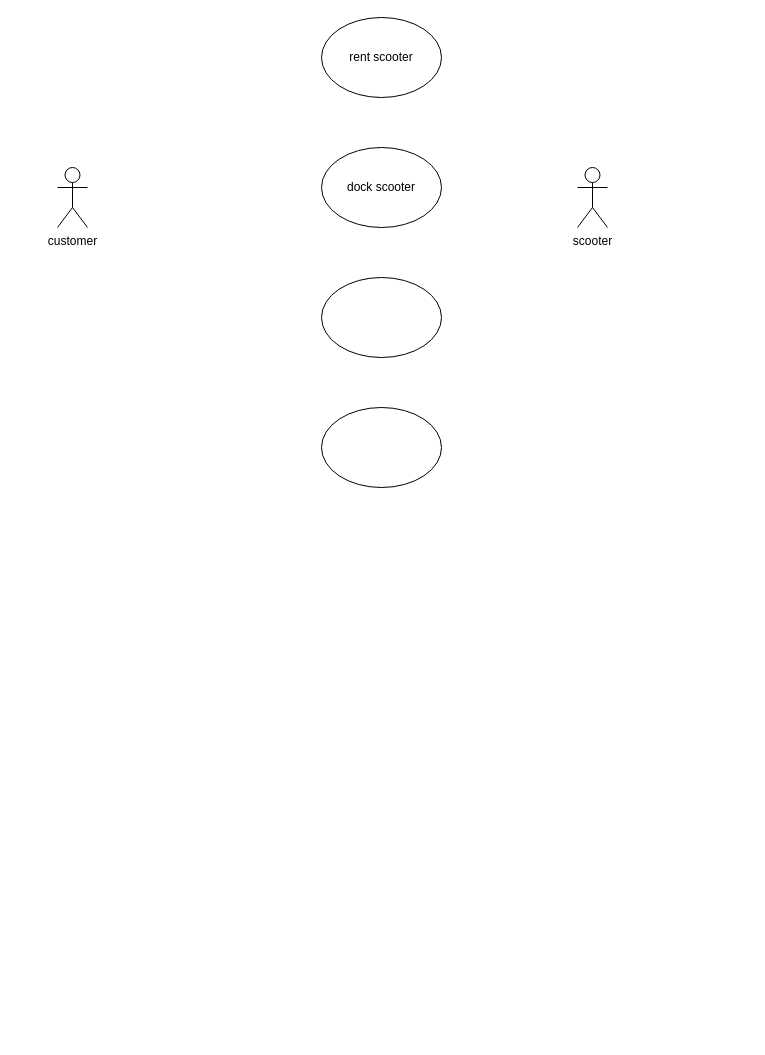
This is src/uml.drawio from soollyy/scooter-project, a draw.io file, before an edit. Source tidied: cells renumbered, new cells numbered last; positions are measured from the earlier drawing's top-left corner, leaving out a move shared by most shapes. Both pictures are drawn from the tidied source at 100%, with x=0, y=0 at pixel (57, 17).
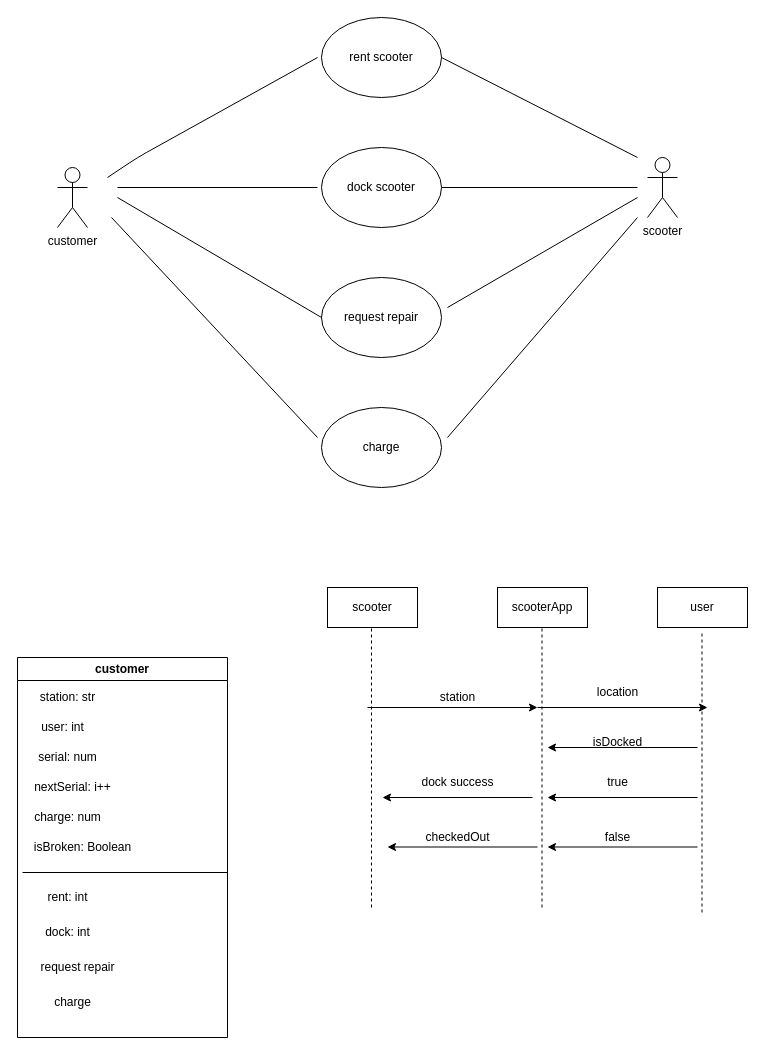
After the change.

Unchanged cells that the change refers to:
```xml
<mxCell id="5" value="dock scooter" style="ellipse;whiteSpace=wrap;html=1;" parent="1" vertex="1">
  <mxGeometry x="264" y="130" width="120" height="80" as="geometry" />
</mxCell>
```

The edit, as a diff of the source:
```diff
@@
     <mxCell id="3" value="scooter" style="shape=umlActor;verticalLabelPosition=bottom;verticalAlign=top;html=1;" parent="1" vertex="1">
-      <mxGeometry x="520" y="150" width="30" height="60" as="geometry" />
+      <mxGeometry x="590" y="140" width="30" height="60" as="geometry" />
     </mxCell>
@@
-    <mxCell id="6" style="ellipse;whiteSpace=wrap;html=1;" parent="1" vertex="1">
+    <mxCell id="6" value="request repair" style="ellipse;whiteSpace=wrap;html=1;" parent="1" vertex="1">
       <mxGeometry x="264" y="260" width="120" height="80" as="geometry" />
     </mxCell>
-    <mxCell id="7" style="ellipse;whiteSpace=wrap;html=1;" parent="1" vertex="1">
+    <mxCell id="7" value="charge" style="ellipse;whiteSpace=wrap;html=1;" parent="1" vertex="1">
       <mxGeometry x="264" y="390" width="120" height="80" as="geometry" />
     </mxCell>
+    <mxCell id="8" style="endArrow=none;html=1;" parent="1" edge="1">
+      <mxGeometry relative="1" as="geometry">
+        <mxPoint x="50" y="160" as="sourcePoint" />
+        <mxPoint x="260" y="40" as="targetPoint" />
+        <Array as="points">
+          <mxPoint x="80" y="140" />
+        </Array>
+      </mxGeometry>
+    </mxCell>
+    <mxCell id="9" style="endArrow=none;html=1;" parent="1" edge="1">
+      <mxGeometry relative="1" as="geometry">
+        <mxPoint x="60" y="170" as="sourcePoint" />
+        <mxPoint x="260" y="170" as="targetPoint" />
+      </mxGeometry>
+    </mxCell>
+    <mxCell id="10" style="endArrow=none;html=1;entryX=0;entryY=0.5;entryDx=0;entryDy=0;" parent="1" edge="1" target="6">
+      <mxGeometry relative="1" as="geometry">
+        <mxPoint x="60" y="180" as="sourcePoint" />
+      </mxGeometry>
+    </mxCell>
+    <mxCell id="11" style="endArrow=none;html=1;" parent="1" edge="1">
+      <mxGeometry relative="1" as="geometry">
+        <mxPoint x="54" y="200" as="sourcePoint" />
+        <mxPoint x="260" y="420" as="targetPoint" />
+      </mxGeometry>
+    </mxCell>
+    <mxCell id="12" style="endArrow=none;html=1;" parent="1" edge="1">
+      <mxGeometry relative="1" as="geometry">
+        <mxPoint x="384" y="40" as="sourcePoint" />
+        <mxPoint x="580" y="140" as="targetPoint" />
+      </mxGeometry>
+    </mxCell>
+    <mxCell id="13" style="endArrow=none;html=1;exitX=1;exitY=0.5;exitDx=0;exitDy=0;" parent="1" edge="1" source="5">
+      <mxGeometry relative="1" as="geometry">
+        <mxPoint x="580" y="170" as="targetPoint" />
+      </mxGeometry>
+    </mxCell>
+    <mxCell id="14" style="endArrow=none;html=1;" parent="1" edge="1">
+      <mxGeometry relative="1" as="geometry">
+        <mxPoint x="390" y="290" as="sourcePoint" />
+        <mxPoint x="580" y="180" as="targetPoint" />
+      </mxGeometry>
+    </mxCell>
+    <mxCell id="15" style="endArrow=none;html=1;" parent="1" edge="1">
+      <mxGeometry relative="1" as="geometry">
+        <mxPoint x="390" y="420" as="sourcePoint" />
+        <mxPoint x="580" y="200" as="targetPoint" />
+      </mxGeometry>
+    </mxCell>
+    <mxCell id="16" value="customer" style="swimlane;whiteSpace=wrap;html=1;" parent="1" vertex="1">
+      <mxGeometry x="-40" y="640" width="210" height="380" as="geometry" />
+    </mxCell>
+    <mxCell id="17" value="user: int" style="text;html=1;align=center;verticalAlign=middle;strokeColor=none;fillColor=none;" parent="16" vertex="1">
+      <mxGeometry x="10" y="55" width="70" height="30" as="geometry" />
+    </mxCell>
+    <mxCell id="18" value="serial: num" style="text;html=1;align=center;verticalAlign=middle;strokeColor=none;fillColor=none;" parent="16" vertex="1">
+      <mxGeometry x="10" y="85" width="80" height="30" as="geometry" />
+    </mxCell>
+    <mxCell id="19" value="nextSerial: i++" style="text;html=1;align=center;verticalAlign=middle;strokeColor=none;fillColor=none;" parent="16" vertex="1">
+      <mxGeometry x="5" y="115" width="100" height="30" as="geometry" />
+    </mxCell>
+    <mxCell id="20" value="charge: num" style="text;html=1;align=center;verticalAlign=middle;strokeColor=none;fillColor=none;" parent="16" vertex="1">
+      <mxGeometry x="5" y="145" width="90" height="30" as="geometry" />
+    </mxCell>
+    <mxCell id="21" value="isBroken: Boolean" style="text;html=1;align=center;verticalAlign=middle;strokeColor=none;fillColor=none;" parent="16" vertex="1">
+      <mxGeometry x="5" y="175" width="120" height="30" as="geometry" />
+    </mxCell>
+    <mxCell id="22" style="endArrow=none;html=1;" parent="16" edge="1">
+      <mxGeometry relative="1" as="geometry">
+        <mxPoint x="5" y="215" as="sourcePoint" />
+        <mxPoint x="210" y="215" as="targetPoint" />
+      </mxGeometry>
+    </mxCell>
+    <mxCell id="23" value="charge" style="text;html=1;align=center;verticalAlign=middle;strokeColor=none;fillColor=none;" parent="16" vertex="1">
+      <mxGeometry x="25" y="330" width="60" height="30" as="geometry" />
+    </mxCell>
+    <mxCell id="24" value="dock: int" style="text;html=1;align=center;verticalAlign=middle;strokeColor=none;fillColor=none;" parent="16" vertex="1">
+      <mxGeometry x="15" y="260" width="70" height="30" as="geometry" />
+    </mxCell>
+    <mxCell id="25" value="station: str&lt;br&gt;" style="text;html=1;align=center;verticalAlign=middle;strokeColor=none;fillColor=none;" parent="16" vertex="1">
+      <mxGeometry x="10" y="25" width="80" height="30" as="geometry" />
+    </mxCell>
+    <mxCell id="26" value="rent: int" style="text;html=1;align=center;verticalAlign=middle;strokeColor=none;fillColor=none;" parent="1" vertex="1">
+      <mxGeometry x="-20" y="865" width="60" height="30" as="geometry" />
+    </mxCell>
+    <mxCell id="27" value="request repair" style="text;html=1;align=center;verticalAlign=middle;strokeColor=none;fillColor=none;" parent="1" vertex="1">
+      <mxGeometry x="-30" y="935" width="100" height="30" as="geometry" />
+    </mxCell>
+    <mxCell id="28" value="scooter" style="rounded=0;whiteSpace=wrap;html=1;" parent="1" vertex="1">
+      <mxGeometry x="270" y="570" width="90" height="40" as="geometry" />
+    </mxCell>
+    <mxCell id="29" value="scooterApp" style="rounded=0;whiteSpace=wrap;html=1;" parent="1" vertex="1">
+      <mxGeometry x="440" y="570" width="90" height="40" as="geometry" />
+    </mxCell>
+    <mxCell id="30" value="user" style="rounded=0;whiteSpace=wrap;html=1;" parent="1" vertex="1">
+      <mxGeometry x="600" y="570" width="90" height="40" as="geometry" />
+    </mxCell>
+    <mxCell id="31" style="endArrow=none;dashed=1;html=1;" parent="1" edge="1">
+      <mxGeometry relative="1" as="geometry">
+        <mxPoint x="314" y="890" as="sourcePoint" />
+        <mxPoint x="314" y="610" as="targetPoint" />
+      </mxGeometry>
+    </mxCell>
+    <mxCell id="32" style="endArrow=none;dashed=1;html=1;" parent="1" edge="1">
+      <mxGeometry relative="1" as="geometry">
+        <mxPoint x="484.5" y="890" as="sourcePoint" />
+        <mxPoint x="484.5" y="610" as="targetPoint" />
+      </mxGeometry>
+    </mxCell>
+    <mxCell id="33" style="endArrow=none;dashed=1;html=1;" parent="1" edge="1">
+      <mxGeometry relative="1" as="geometry">
+        <mxPoint x="644.5" y="895" as="sourcePoint" />
+        <mxPoint x="644.5" y="615" as="targetPoint" />
+      </mxGeometry>
+    </mxCell>
+    <mxCell id="34" style="endArrow=classic;html=1;" parent="1" edge="1">
+      <mxGeometry relative="1" as="geometry">
+        <mxPoint x="310" y="690" as="sourcePoint" />
+        <mxPoint x="480" y="690" as="targetPoint" />
+      </mxGeometry>
+    </mxCell>
+    <mxCell id="35" value="station" style="text;html=1;align=center;verticalAlign=middle;strokeColor=none;fillColor=none;" parent="1" vertex="1">
+      <mxGeometry x="370" y="665" width="60" height="30" as="geometry" />
+    </mxCell>
+    <mxCell id="36" style="endArrow=classic;html=1;" parent="1" edge="1">
+      <mxGeometry relative="1" as="geometry">
+        <mxPoint x="480" y="690" as="sourcePoint" />
+        <mxPoint x="650" y="690" as="targetPoint" />
+      </mxGeometry>
+    </mxCell>
+    <mxCell id="37" value="location" style="text;html=1;align=center;verticalAlign=middle;strokeColor=none;fillColor=none;" parent="1" vertex="1">
+      <mxGeometry x="530" y="660" width="60" height="30" as="geometry" />
+    </mxCell>
+    <mxCell id="38" style="endArrow=classic;html=1;" parent="1" edge="1">
+      <mxGeometry relative="1" as="geometry">
+        <mxPoint x="640" y="730" as="sourcePoint" />
+        <mxPoint x="490" y="730" as="targetPoint" />
+      </mxGeometry>
+    </mxCell>
+    <mxCell id="39" value="isDocked" style="text;html=1;align=center;verticalAlign=middle;strokeColor=none;fillColor=none;" parent="1" vertex="1">
+      <mxGeometry x="525" y="710" width="70" height="30" as="geometry" />
+    </mxCell>
+    <mxCell id="40" style="endArrow=classic;html=1;" parent="1" edge="1">
+      <mxGeometry relative="1" as="geometry">
+        <mxPoint x="640" y="780" as="sourcePoint" />
+        <mxPoint x="490" y="780" as="targetPoint" />
+      </mxGeometry>
+    </mxCell>
+    <mxCell id="41" style="endArrow=classic;html=1;" parent="1" edge="1">
+      <mxGeometry relative="1" as="geometry">
+        <mxPoint x="640" y="829.5" as="sourcePoint" />
+        <mxPoint x="490" y="829.5" as="targetPoint" />
+      </mxGeometry>
+    </mxCell>
+    <mxCell id="42" value="true" style="text;html=1;align=center;verticalAlign=middle;strokeColor=none;fillColor=none;" parent="1" vertex="1">
+      <mxGeometry x="540" y="750" width="40" height="30" as="geometry" />
+    </mxCell>
+    <mxCell id="43" value="false" style="text;html=1;align=center;verticalAlign=middle;strokeColor=none;fillColor=none;" parent="1" vertex="1">
+      <mxGeometry x="535" y="805" width="50" height="30" as="geometry" />
+    </mxCell>
+    <mxCell id="44" style="endArrow=classic;html=1;" parent="1" edge="1">
+      <mxGeometry relative="1" as="geometry">
+        <mxPoint x="480" y="829.5" as="sourcePoint" />
+        <mxPoint x="330" y="829.5" as="targetPoint" />
+      </mxGeometry>
+    </mxCell>
+    <mxCell id="45" style="endArrow=classic;html=1;" parent="1" edge="1">
+      <mxGeometry relative="1" as="geometry">
+        <mxPoint x="475" y="780" as="sourcePoint" />
+        <mxPoint x="325" y="780" as="targetPoint" />
+      </mxGeometry>
+    </mxCell>
+    <mxCell id="46" value="dock success" style="text;html=1;align=center;verticalAlign=middle;strokeColor=none;fillColor=none;" parent="1" vertex="1">
+      <mxGeometry x="350" y="750" width="100" height="30" as="geometry" />
+    </mxCell>
+    <mxCell id="47" value="checkedOut" style="text;html=1;align=center;verticalAlign=middle;strokeColor=none;fillColor=none;" parent="1" vertex="1">
+      <mxGeometry x="355" y="805" width="90" height="30" as="geometry" />
+    </mxCell>
```
